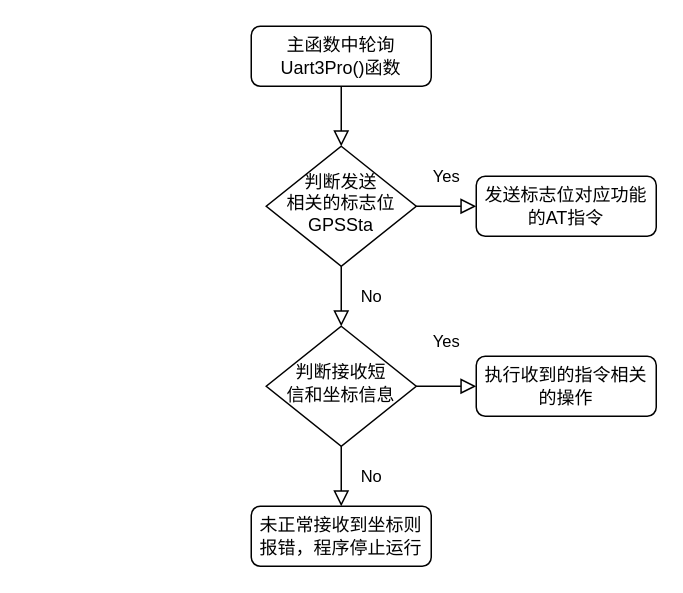
Earlier version of the draw.io diagram GSM模块工作流程（竖版）.drawio (daftpumpkin/IoT.io). Source tidied: cells renumbered, new cells numbered last; positions are measured from the earlier drawing's top-left corner, leaving out a move shared by most shapes. Both pictures are drawn from the tidied source at 150%, with x=0, y=0 at pixel (250, 26).
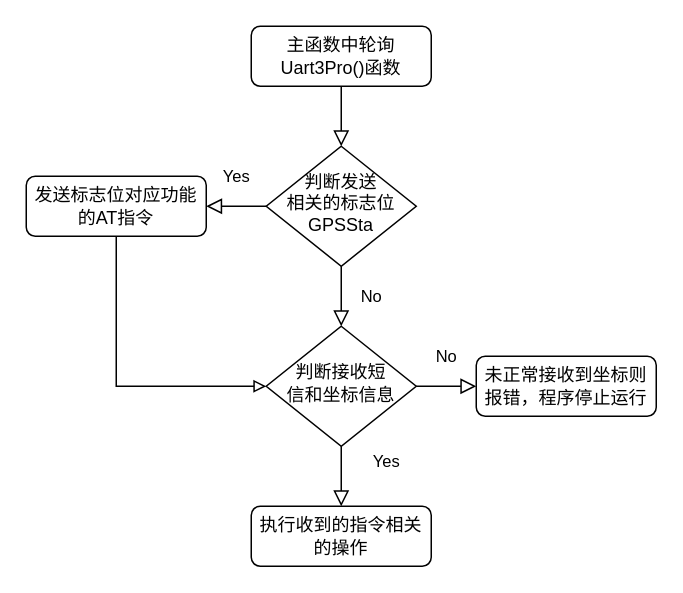
After the change.

Commit message:
更新GSM模块工作流程（竖版）.drawio

What changed in the source:
```diff
@@
 <mxGraphModel>
   <root>
     <mxCell id="0" />
     <mxCell id="1" parent="0" />
     <mxCell id="2" style="rounded=0;html=1;jettySize=auto;fontSize=11;endArrow=block;endFill=0;endSize=8;strokeWidth=1;shadow=0;labelBackgroundColor=none;edgeStyle=orthogonalEdgeStyle;" parent="1" edge="1" source="3" target="6">
       <mxGeometry relative="1" as="geometry" />
     </mxCell>
     <mxCell id="3" value="&lt;font face=&quot;宋体&quot;&gt;主函数中轮询Uart3Pro()函数&lt;/font&gt;" style="rounded=1;whiteSpace=wrap;html=1;fontSize=12;glass=0;strokeWidth=1;shadow=0;" parent="1" vertex="1">
       <mxGeometry width="120" height="40" as="geometry" />
     </mxCell>
-    <mxCell id="4" value="Yes" style="rounded=0;html=1;jettySize=auto;fontSize=11;endArrow=block;endFill=0;endSize=8;strokeWidth=1;shadow=0;labelBackgroundColor=none;edgeStyle=orthogonalEdgeStyle;entryX=0;entryY=0.5;entryDx=0;entryDy=0;exitX=1;exitY=0.5;exitDx=0;exitDy=0;" parent="1" edge="1" source="6" target="7">
-      <mxGeometry y="20" relative="1" as="geometry" />
+    <mxCell id="4" value="Yes" style="rounded=0;html=1;jettySize=auto;fontSize=11;endArrow=block;endFill=0;endSize=8;strokeWidth=1;shadow=0;labelBackgroundColor=none;edgeStyle=orthogonalEdgeStyle;entryX=1;entryY=0.5;entryDx=0;entryDy=0;exitX=0;exitY=0.5;exitDx=0;exitDy=0;" parent="1" edge="1" source="6" target="7">
+      <mxGeometry y="-20" relative="1" as="geometry" />
     </mxCell>
     <mxCell id="5" value="No" style="edgeStyle=orthogonalEdgeStyle;rounded=0;html=1;jettySize=auto;fontSize=11;endArrow=block;endFill=0;endSize=8;strokeWidth=1;shadow=0;labelBackgroundColor=none;exitX=0.5;exitY=1;exitDx=0;exitDy=0;entryX=0.5;entryY=0;entryDx=0;entryDy=0;" parent="1" edge="1" source="6" target="9">
       <mxGeometry y="20" relative="1" as="geometry" />
     </mxCell>
     <mxCell id="6" value="&lt;font face=&quot;宋体&quot;&gt;判断发送&lt;br&gt;相关的标志位&lt;br&gt;GPSSta&lt;/font&gt;" style="rhombus;whiteSpace=wrap;html=1;shadow=0;fontFamily=Helvetica;fontSize=12;align=center;strokeWidth=1;spacing=6;spacingTop=-4;" parent="1" vertex="1">
       <mxGeometry x="10" y="80" width="100" height="80" as="geometry" />
     </mxCell>
+    <mxCell id="13" style="edgeStyle=orthogonalEdgeStyle;rounded=0;jettySize=auto;html=1;endArrow=block;endFill=0;entryX=0;entryY=0.5;entryDx=0;entryDy=0;exitX=0.5;exitY=1;exitDx=0;exitDy=0;" parent="1" edge="1" source="7" target="9">
+      <mxGeometry relative="1" as="geometry" />
+    </mxCell>
     <mxCell id="7" value="&lt;font face=&quot;宋体&quot;&gt;发送标志位对应功能的AT指令&lt;/font&gt;" style="rounded=1;whiteSpace=wrap;html=1;fontSize=12;glass=0;strokeWidth=1;shadow=0;" parent="1" vertex="1">
-      <mxGeometry x="150" y="100" width="120" height="40" as="geometry" />
+      <mxGeometry x="-150" y="100" width="120" height="40" as="geometry" />
     </mxCell>
     <mxCell id="8" value="Yes" style="edgeStyle=orthogonalEdgeStyle;rounded=0;html=1;jettySize=auto;fontSize=11;endArrow=block;endFill=0;endSize=8;strokeWidth=1;shadow=0;labelBackgroundColor=none;" parent="1" edge="1" source="9" target="11">
-      <mxGeometry y="30" relative="1" as="geometry" />
+      <mxGeometry x="-0.5" y="30" relative="1" as="geometry" />
     </mxCell>
     <mxCell id="9" value="&lt;font face=&quot;宋体&quot;&gt;判断接收短&lt;br&gt;信和坐标信息&lt;/font&gt;" style="rhombus;whiteSpace=wrap;html=1;shadow=0;fontFamily=Helvetica;fontSize=12;align=center;strokeWidth=1;spacing=6;spacingTop=-4;" parent="1" vertex="1">
       <mxGeometry x="10" y="200" width="100" height="80" as="geometry" />
     </mxCell>
     <mxCell id="10" value="&lt;font face=&quot;宋体&quot;&gt;未正常接收到坐标则报错，程序停止运行&lt;/font&gt;" style="rounded=1;whiteSpace=wrap;html=1;fontSize=12;glass=0;strokeWidth=1;shadow=0;" parent="1" vertex="1">
-      <mxGeometry y="320" width="120" height="40" as="geometry" />
+      <mxGeometry x="150" y="220" width="120" height="40" as="geometry" />
     </mxCell>
     <mxCell id="11" value="&lt;font face=&quot;宋体&quot;&gt;执行收到的指令相关的操作&lt;/font&gt;" style="rounded=1;whiteSpace=wrap;html=1;fontSize=12;glass=0;strokeWidth=1;shadow=0;" parent="1" vertex="1">
-      <mxGeometry x="150" y="220" width="120" height="40" as="geometry" />
+      <mxGeometry y="320" width="120" height="40" as="geometry" />
     </mxCell>
-    <mxCell id="12" value="No" style="edgeStyle=orthogonalEdgeStyle;rounded=0;html=1;jettySize=auto;fontSize=11;endArrow=block;endFill=0;endSize=8;strokeWidth=1;shadow=0;labelBackgroundColor=none;exitX=0.5;exitY=1;exitDx=0;exitDy=0;entryX=0.5;entryY=0;entryDx=0;entryDy=0;" parent="1" edge="1" source="9" target="10">
+    <mxCell id="12" value="No" style="edgeStyle=orthogonalEdgeStyle;rounded=0;html=1;jettySize=auto;fontSize=11;endArrow=block;endFill=0;endSize=8;strokeWidth=1;shadow=0;labelBackgroundColor=none;exitX=1;exitY=0.5;exitDx=0;exitDy=0;entryX=0;entryY=0.5;entryDx=0;entryDy=0;" parent="1" edge="1" source="9" target="10">
       <mxGeometry y="20" relative="1" as="geometry" />
     </mxCell>
   </root>
 </mxGraphModel>
```
